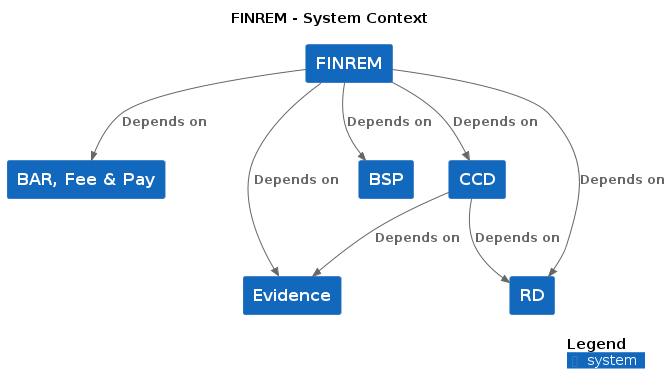
Earlier version of the PlantUML export docs/c4/finrem/images/structurizr-finrem-context.png (hmcts/cnp-api-docs). Source of this version:
```plantuml
@startuml
title FINREM - System Context

top to bottom direction

!include https://raw.githubusercontent.com/plantuml-stdlib/C4-PlantUML/master/C4.puml
!include https://raw.githubusercontent.com/plantuml-stdlib/C4-PlantUML/master/C4_Context.puml

System(RD, "RD", "", $tags="")
System(CCD, "CCD", "", $tags="")
System(Evidence, "Evidence", "", $tags="")
System(BSP, "BSP", "", $tags="")
System(FINREM, "FINREM", "", $tags="")
System(BARFeePay, "BAR, Fee & Pay", "", $tags="")

Rel_D(CCD, Evidence, "Depends on", $tags="")
Rel_D(CCD, RD, "Depends on", $tags="")
Rel_D(FINREM, BARFeePay, "Depends on", $tags="")
Rel_D(FINREM, CCD, "Depends on", $tags="")
Rel_D(FINREM, BSP, "Depends on", $tags="")
Rel_D(FINREM, Evidence, "Depends on", $tags="")
Rel_D(FINREM, RD, "Depends on", $tags="")

SHOW_DYNAMIC_LEGEND()
@enduml
```
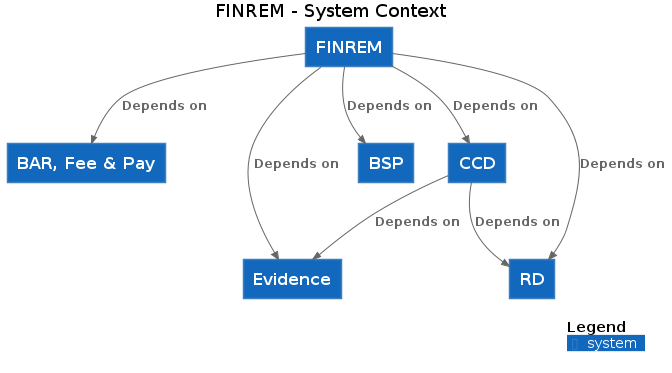
After the change.

Change to the diagram source:
```diff
@@ -3,23 +3,23 @@
 
 top to bottom direction
 
-!include https://raw.githubusercontent.com/plantuml-stdlib/C4-PlantUML/master/C4.puml
-!include https://raw.githubusercontent.com/plantuml-stdlib/C4-PlantUML/master/C4_Context.puml
+!includeurl https://raw.githubusercontent.com/plantuml-stdlib/C4-PlantUML/master/C4.puml
+!includeurl https://raw.githubusercontent.com/plantuml-stdlib/C4-PlantUML/master/C4_Context.puml
 
-System(RD, "RD", "", $tags="")
-System(CCD, "CCD", "", $tags="")
-System(Evidence, "Evidence", "", $tags="")
-System(BSP, "BSP", "", $tags="")
-System(FINREM, "FINREM", "", $tags="")
-System(BARFeePay, "BAR, Fee & Pay", "", $tags="")
+System(RD, "RD", "")
+System(CCD, "CCD", "")
+System(Evidence, "Evidence", "")
+System(BSP, "BSP", "")
+System(FINREM, "FINREM", "")
+System(BARFeePay, "BAR, Fee & Pay", "")
 
-Rel_D(CCD, Evidence, "Depends on", $tags="")
-Rel_D(CCD, RD, "Depends on", $tags="")
-Rel_D(FINREM, BARFeePay, "Depends on", $tags="")
-Rel_D(FINREM, CCD, "Depends on", $tags="")
-Rel_D(FINREM, BSP, "Depends on", $tags="")
-Rel_D(FINREM, Evidence, "Depends on", $tags="")
-Rel_D(FINREM, RD, "Depends on", $tags="")
+Rel_D(CCD, Evidence, "Depends on")
+Rel_D(CCD, RD, "Depends on")
+Rel_D(FINREM, BARFeePay, "Depends on")
+Rel_D(FINREM, CCD, "Depends on")
+Rel_D(FINREM, BSP, "Depends on")
+Rel_D(FINREM, Evidence, "Depends on")
+Rel_D(FINREM, RD, "Depends on")
 
 SHOW_DYNAMIC_LEGEND()
 @enduml
```
